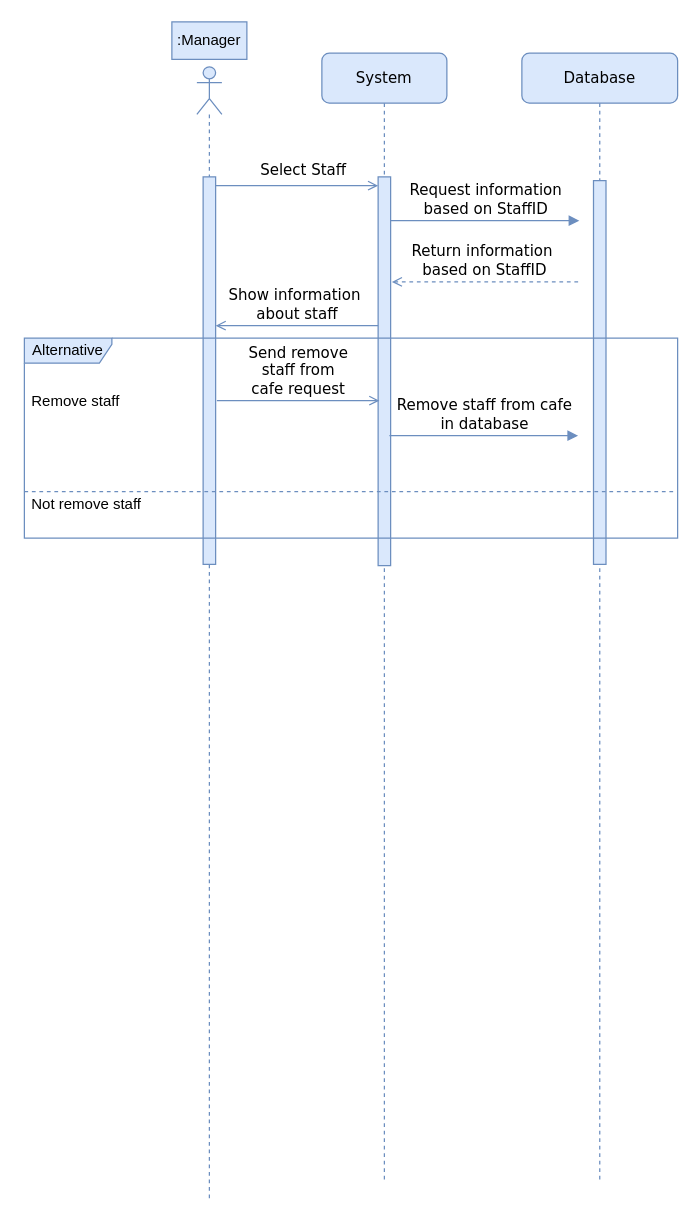
The draw.io diagram page "CheckStaff" (4 of 7) of Diagrams/Sequence Diagram.drawio in Abcdavid00/Cafe-Management-Application, before the edit. Source tidied: cells renumbered, new cells numbered last; positions are measured from the earlier drawing's top-left corner, leaving out a move shared by most shapes. Both pictures are drawn from the tidied source at 125%, with x=0, y=0 at pixel (24, 21).
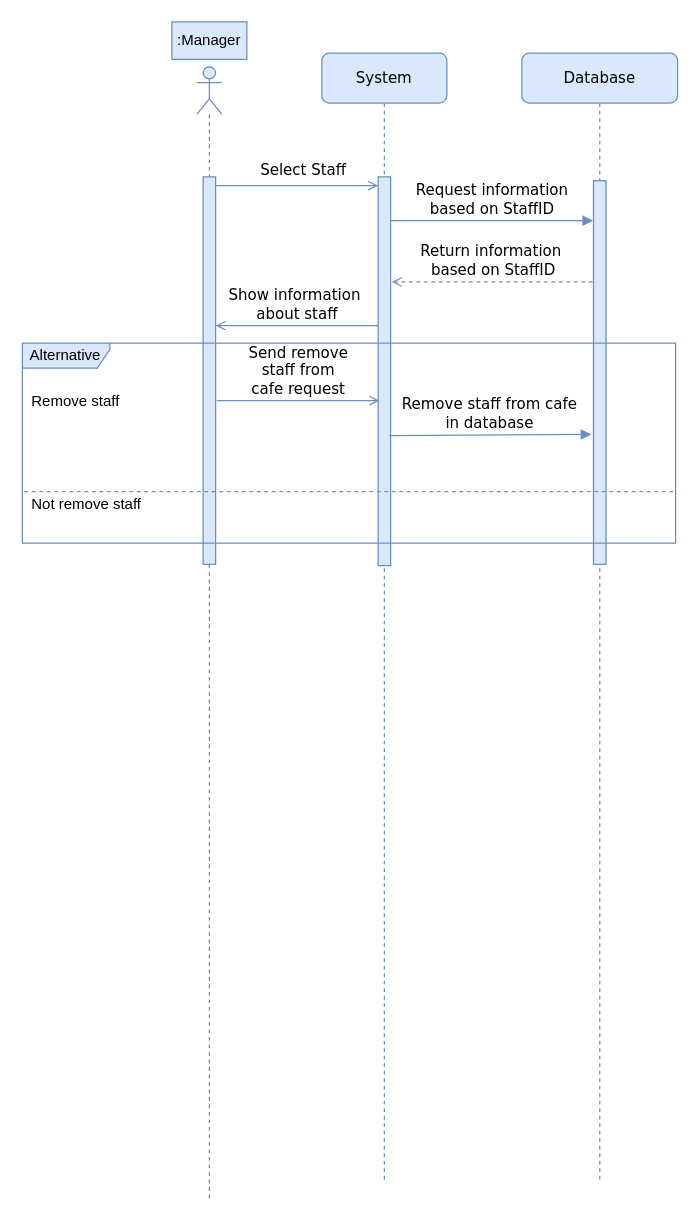
Above is the later version.

Unchanged cells that the change refers to:
```xml
<mxCell id="6" value="Database" style="shape=umlLifeline;perimeter=lifelinePerimeter;whiteSpace=wrap;html=1;rounded=1;shadow=0;comic=0;labelBackgroundColor=none;strokeWidth=1;fontFamily=Verdana;fontSize=12;align=center;fillColor=#dae8fc;strokeColor=#6c8ebf;" parent="1" vertex="1">
  <mxGeometry x="398" y="25" width="124.6" height="901.6" as="geometry" />
</mxCell>
<mxCell id="7" style="html=1;points=[];perimeter=orthogonalPerimeter;rounded=0;shadow=0;comic=0;labelBackgroundColor=none;strokeWidth=1;fontFamily=Verdana;fontSize=12;align=center;fillColor=#dae8fc;strokeColor=#6c8ebf;" parent="6" vertex="1">
  <mxGeometry x="57.3" y="102" width="10" height="307" as="geometry" />
</mxCell>
```

Change to the diagram source:
```diff
@@
-    <mxCell id="8" value="Alternative" style="shape=umlFrame;whiteSpace=wrap;html=1;width=70;height=20;fillColor=#dae8fc;strokeColor=#6c8ebf;" parent="6" vertex="1">
-      <mxGeometry x="-398" y="228" width="522.6" height="160" as="geometry" />
-    </mxCell>
@@
-    <mxCell id="11" value="Remove staff from cafe&lt;br&gt;in database" style="html=1;verticalAlign=bottom;endArrow=block;labelBackgroundColor=none;fontFamily=Verdana;fontSize=12;edgeStyle=elbowEdgeStyle;elbow=vertical;endFill=1;fillColor=#dae8fc;strokeColor=#6c8ebf;" parent="6" edge="1">
+    <mxCell id="11" value="Remove staff from cafe&lt;br&gt;in database" style="html=1;verticalAlign=bottom;endArrow=block;labelBackgroundColor=none;fontFamily=Verdana;fontSize=12;edgeStyle=elbowEdgeStyle;elbow=vertical;endFill=1;fillColor=#dae8fc;strokeColor=#6c8ebf;entryX=-0.163;entryY=0.661;entryDx=0;entryDy=0;entryPerimeter=0;" parent="6" edge="1" target="7">
       <mxGeometry relative="1" as="geometry">
         <mxPoint x="-106" y="305.9" as="sourcePoint" />
-        <mxPoint x="45" y="305.9" as="targetPoint" />
       </mxGeometry>
     </mxCell>
@@
     <mxCell id="14" value="Request information&lt;br&gt;based on StaffID" style="html=1;verticalAlign=bottom;endArrow=block;labelBackgroundColor=none;fontFamily=Verdana;fontSize=12;edgeStyle=elbowEdgeStyle;elbow=vertical;endFill=1;fillColor=#dae8fc;strokeColor=#6c8ebf;" parent="1" edge="1">
       <mxGeometry relative="1" as="geometry">
         <mxPoint x="293" y="159" as="sourcePoint" />
-        <mxPoint x="444" y="159" as="targetPoint" />
+        <mxPoint x="455" y="159" as="targetPoint" />
       </mxGeometry>
     </mxCell>
-    <mxCell id="15" value="Return information&amp;nbsp;&lt;br&gt;based on StaffID" style="html=1;verticalAlign=bottom;endArrow=open;entryX=0;entryY=0;labelBackgroundColor=none;fontFamily=Verdana;fontSize=12;edgeStyle=elbowEdgeStyle;elbow=vertical;endFill=0;dashed=1;fillColor=#dae8fc;strokeColor=#6c8ebf;" parent="1" edge="1">
+    <mxCell id="15" value="Return information&amp;nbsp;&lt;br&gt;based on StaffID" style="html=1;verticalAlign=bottom;endArrow=open;entryX=0;entryY=0;labelBackgroundColor=none;fontFamily=Verdana;fontSize=12;edgeStyle=elbowEdgeStyle;elbow=vertical;endFill=0;dashed=1;fillColor=#dae8fc;strokeColor=#6c8ebf;exitX=-0.067;exitY=0.264;exitDx=0;exitDy=0;exitPerimeter=0;" parent="1" edge="1" source="7">
       <mxGeometry relative="1" as="geometry">
-        <mxPoint x="443" y="208" as="sourcePoint" />
         <mxPoint x="294" y="208" as="targetPoint" />
         <Array as="points">
           <mxPoint x="369" y="208" />
         </Array>
       </mxGeometry>
     </mxCell>
@@
+    <mxCell id="8" value="Alternative" style="shape=umlFrame;whiteSpace=wrap;html=1;width=70;height=20;fillColor=#dae8fc;strokeColor=#6c8ebf;" parent="1" vertex="1">
+      <mxGeometry x="-1.6" y="257" width="522.6" height="160" as="geometry" />
+    </mxCell>
```
